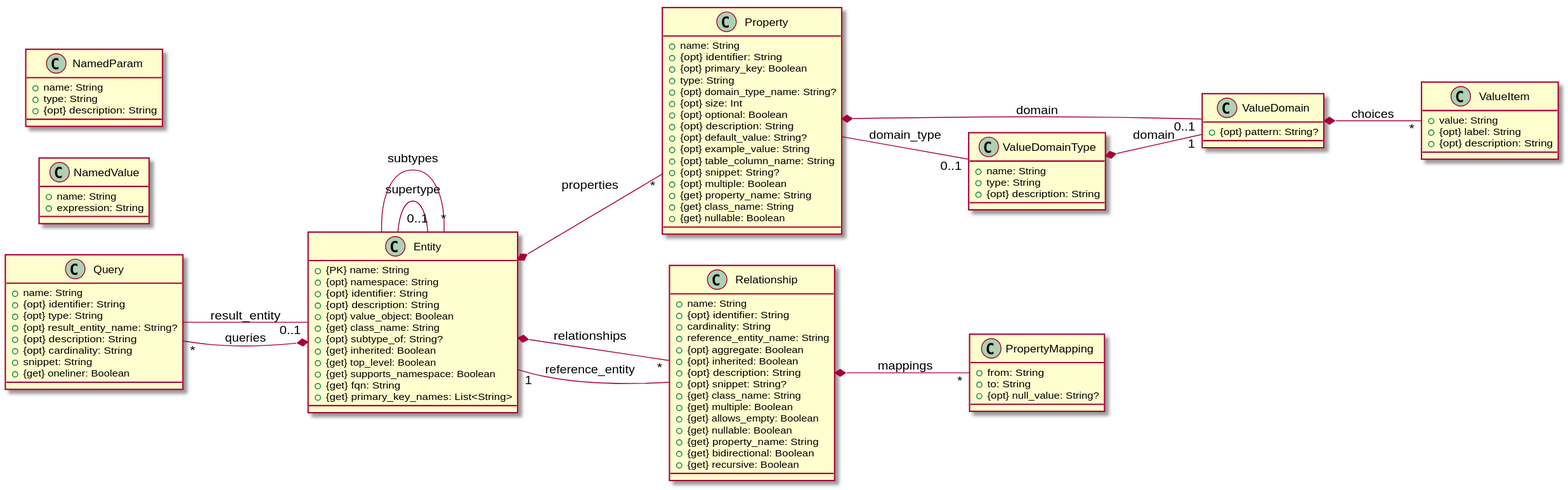
laplacian-core/metamodel keeps this PlantUML diagram as doc/image/model-diagram.svg. Above is the earlier version.
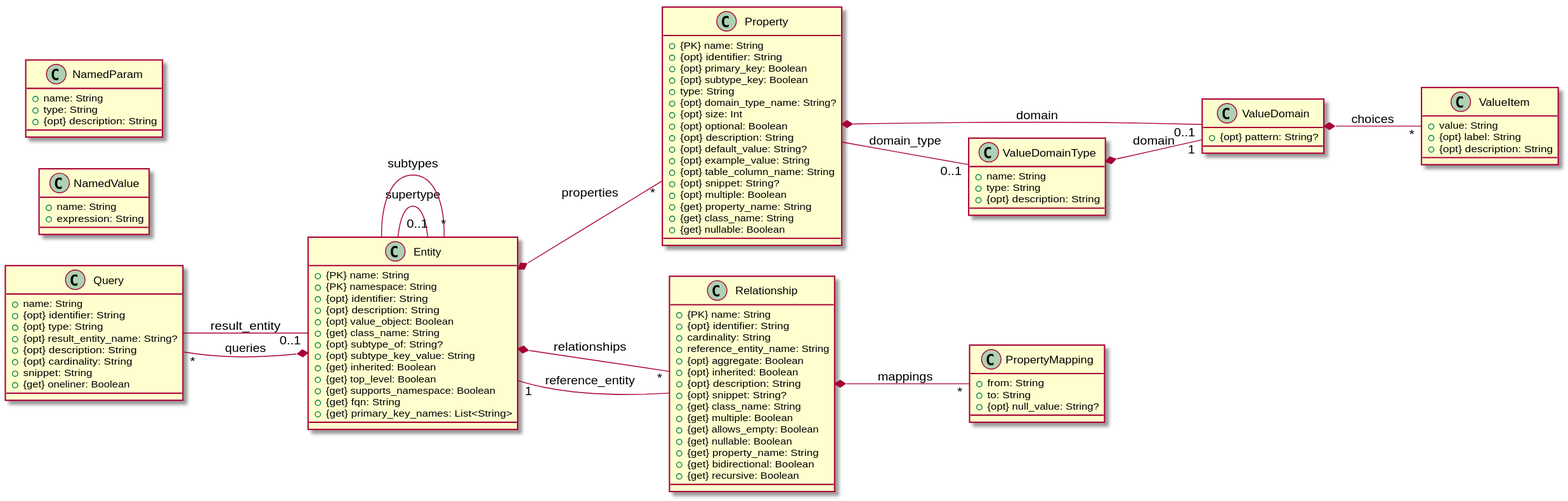
The same file after the commit.

What changed in the source:
```diff
@@ -23,12 +23,13 @@
 
 class Entity {
   + {PK}  name: String
-  + {opt} namespace: String
+  + {PK}  namespace: String
   + {opt} identifier: String
   + {opt} description: String
   + {opt} value_object: Boolean
   + {get} class_name: String
   + {opt} subtype_of: String?
+  + {opt} subtype_key_value: String
   + {get} inherited: Boolean
   + {get} top_level: Boolean
   + {get} supports_namespace: Boolean
@@ -74,9 +75,10 @@
 
 
 class Property {
-  + name: String
+  + {PK}  name: String
   + {opt} identifier: String
   + {opt} primary_key: Boolean
+  + {opt} subtype_key: Boolean
   + type: String
   + {opt} domain_type_name: String?
   + {opt} size: Int
@@ -109,7 +111,7 @@
 
 
 class Relationship {
-  + name: String
+  + {PK}  name: String
   + {opt} identifier: String
   + cardinality: String
   + reference_entity_name: String
```
